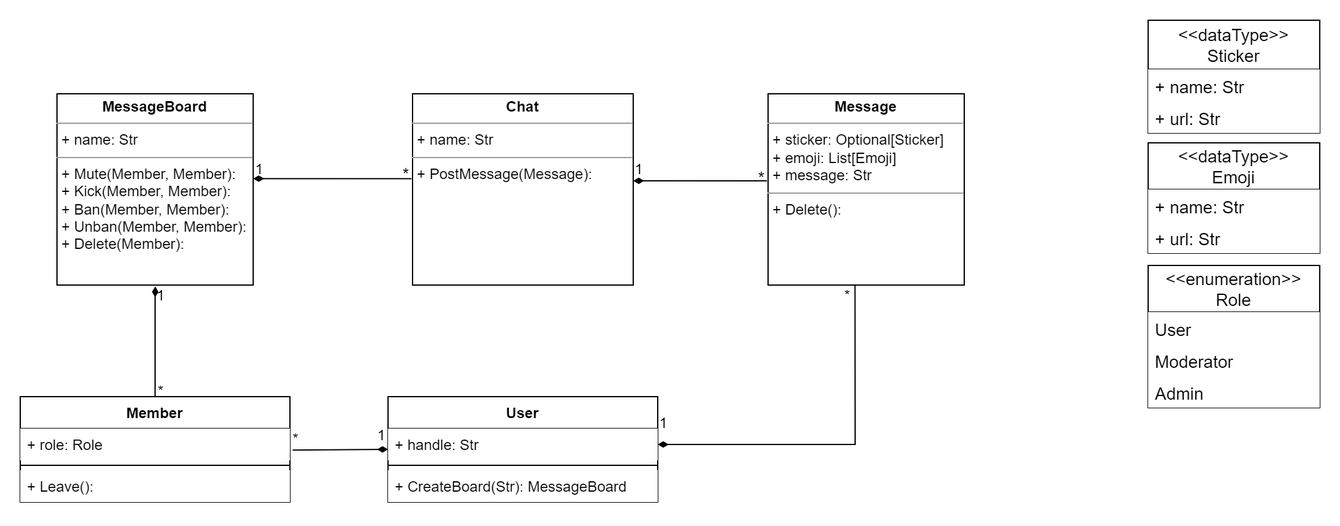
Earlier version of the draw.io export Diagrams/UML-classdiagram/UML-classdiagram.drawio.png (Ruuebn/CourseTS2080). Source tidied: cells renumbered, new cells last; positions are measured from the earlier drawing's top-left corner, leaving out a move shared by most shapes.
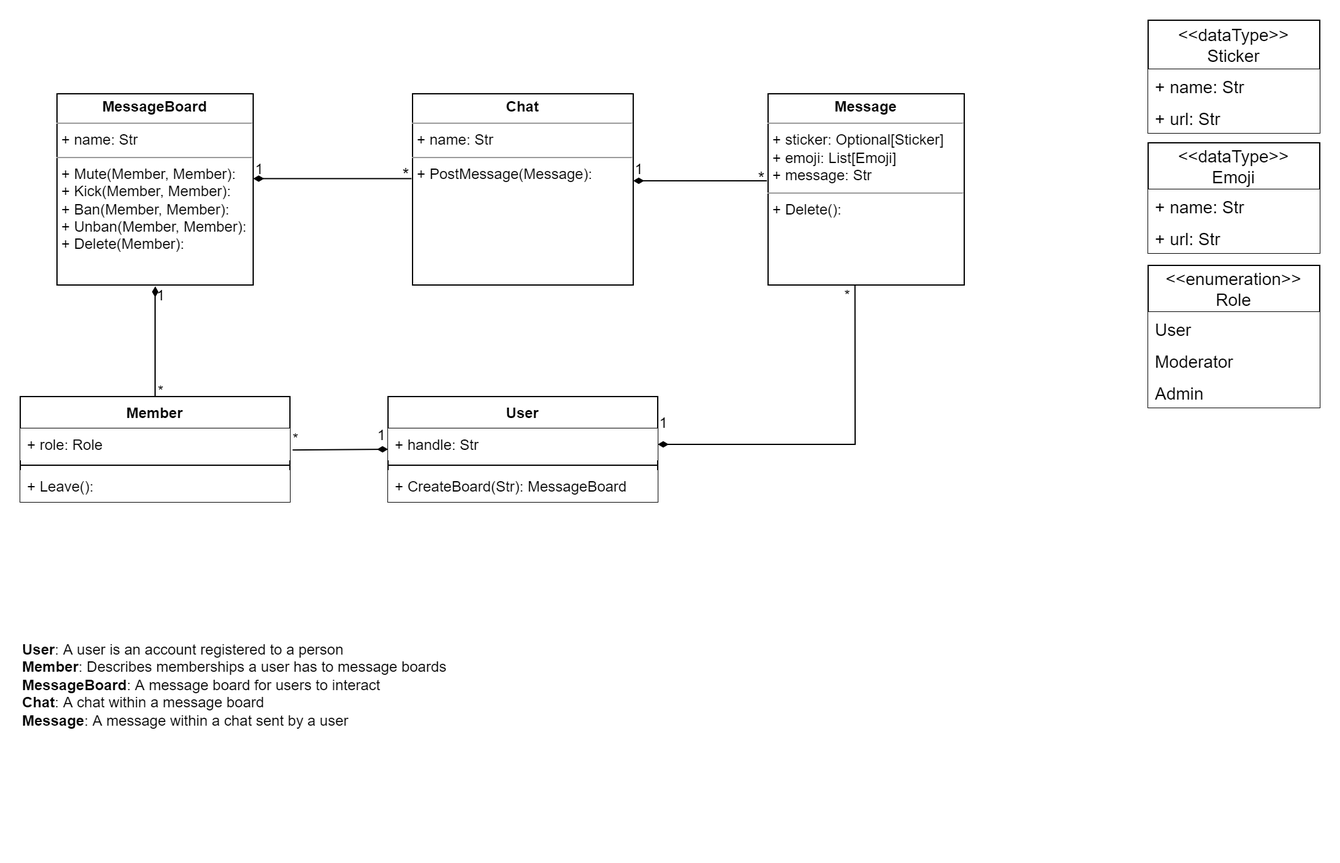
The same diagram one commit later.

Commit message:
update UML-class-diagram

Diff of the diagram source:
```diff
@@ -130,5 +130,8 @@
     <mxCell id="37" value="&lt;font style=&quot;font-size: 12px;&quot;&gt;*&lt;/font&gt;" style="text;html=1;strokeColor=none;fillColor=none;align=center;verticalAlign=middle;whiteSpace=wrap;rounded=0;fontSize=14;" parent="1" vertex="1">
       <mxGeometry x="220" y="336" width="10" height="10" as="geometry" />
     </mxCell>
+    <mxCell id="38" value="&lt;b&gt;User&lt;/b&gt;: A user is an account registered to a person&lt;br&gt;&lt;b&gt;Member&lt;/b&gt;: Describes memberships a user has to message boards&lt;br&gt;&lt;b&gt;MessageBoard&lt;/b&gt;: A message board for users to interact&lt;br&gt;&lt;b&gt;Chat&lt;/b&gt;: A chat within a message board&lt;br&gt;&lt;b&gt;Message&lt;/b&gt;: A message within a chat sent by a user" style="text;html=1;strokeColor=none;fillColor=none;align=left;verticalAlign=top;whiteSpace=wrap;rounded=0;" parent="1" vertex="1">
+      <mxGeometry y="500" width="470" height="170" as="geometry" />
+    </mxCell>
   </root>
 </mxGraphModel>
```
